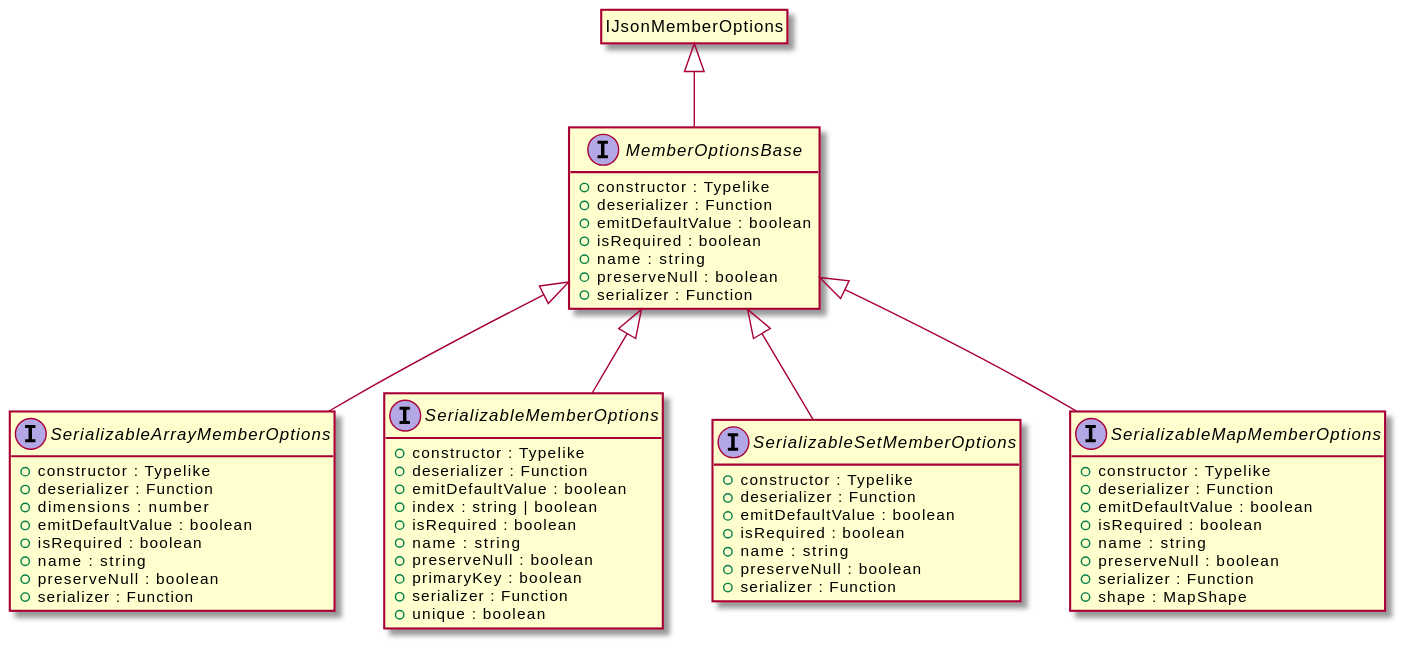
This is assets/MemberOptionsBase-umlClassDiagram-4434.svg from OpenHPS/openhps-core, a PlantUML export, as it was before one commit. Source of this version:
```plantuml
@startuml
skinparam BackgroundColor transparent
hide empty methods
hide empty fields
interface "MemberOptionsBase" {
    +constructor : Typelike
    +deserializer : Function
    +emitDefaultValue : boolean
    +isRequired : boolean
    +name : string
    +preserveNull : boolean
    +serializer : Function
}
class "IJsonMemberOptions"
hide "IJsonMemberOptions" circle
"IJsonMemberOptions" <|-- "MemberOptionsBase"
interface "SerializableArrayMemberOptions" {
    +constructor : Typelike
    +deserializer : Function
    +dimensions : number
    +emitDefaultValue : boolean
    +isRequired : boolean
    +name : string
    +preserveNull : boolean
    +serializer : Function
}
"MemberOptionsBase" <|-- "SerializableArrayMemberOptions"
interface "SerializableMemberOptions" {
    +constructor : Typelike
    +deserializer : Function
    +emitDefaultValue : boolean
    +index : string | boolean
    +isRequired : boolean
    +name : string
    +preserveNull : boolean
    +primaryKey : boolean
    +serializer : Function
    +unique : boolean
}
"MemberOptionsBase" <|-- "SerializableMemberOptions"
interface "SerializableSetMemberOptions" {
    +constructor : Typelike
    +deserializer : Function
    +emitDefaultValue : boolean
    +isRequired : boolean
    +name : string
    +preserveNull : boolean
    +serializer : Function
}
"MemberOptionsBase" <|-- "SerializableSetMemberOptions"
interface "SerializableMapMemberOptions" {
    +constructor : Typelike
    +deserializer : Function
    +emitDefaultValue : boolean
    +isRequired : boolean
    +name : string
    +preserveNull : boolean
    +serializer : Function
    +shape : MapShape
}
"MemberOptionsBase" <|-- "SerializableMapMemberOptions"
@enduml
```
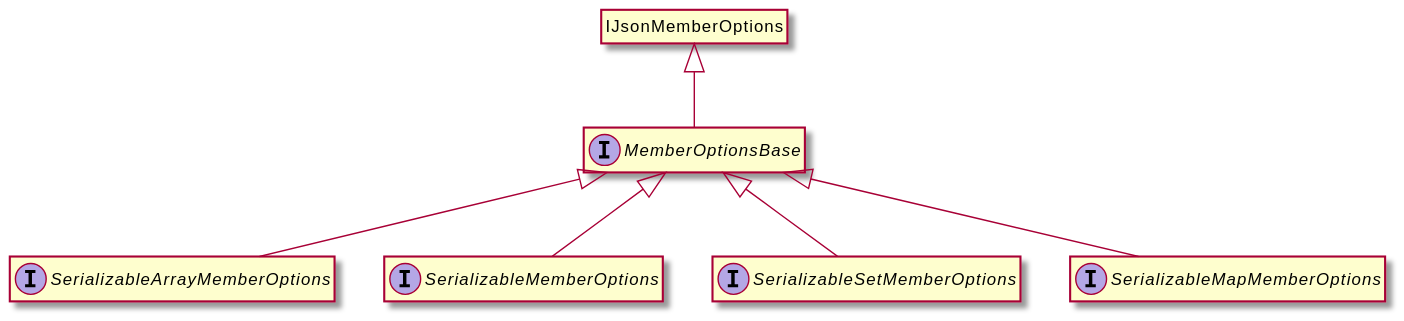
The same file after the commit.

Change to the diagram source:
```diff
@@ -3,60 +3,20 @@
 hide empty methods
 hide empty fields
 interface "MemberOptionsBase" {
-    +constructor : Typelike
-    +deserializer : Function
-    +emitDefaultValue : boolean
-    +isRequired : boolean
-    +name : string
-    +preserveNull : boolean
-    +serializer : Function
 }
 class "IJsonMemberOptions"
 hide "IJsonMemberOptions" circle
 "IJsonMemberOptions" <|-- "MemberOptionsBase"
 interface "SerializableArrayMemberOptions" {
-    +constructor : Typelike
-    +deserializer : Function
-    +dimensions : number
-    +emitDefaultValue : boolean
-    +isRequired : boolean
-    +name : string
-    +preserveNull : boolean
-    +serializer : Function
 }
 "MemberOptionsBase" <|-- "SerializableArrayMemberOptions"
 interface "SerializableMemberOptions" {
-    +constructor : Typelike
-    +deserializer : Function
-    +emitDefaultValue : boolean
-    +index : string | boolean
-    +isRequired : boolean
-    +name : string
-    +preserveNull : boolean
-    +primaryKey : boolean
-    +serializer : Function
-    +unique : boolean
 }
 "MemberOptionsBase" <|-- "SerializableMemberOptions"
 interface "SerializableSetMemberOptions" {
-    +constructor : Typelike
-    +deserializer : Function
-    +emitDefaultValue : boolean
-    +isRequired : boolean
-    +name : string
-    +preserveNull : boolean
-    +serializer : Function
 }
 "MemberOptionsBase" <|-- "SerializableSetMemberOptions"
 interface "SerializableMapMemberOptions" {
-    +constructor : Typelike
-    +deserializer : Function
-    +emitDefaultValue : boolean
-    +isRequired : boolean
-    +name : string
-    +preserveNull : boolean
-    +serializer : Function
-    +shape : MapShape
 }
 "MemberOptionsBase" <|-- "SerializableMapMemberOptions"
 @enduml
```
